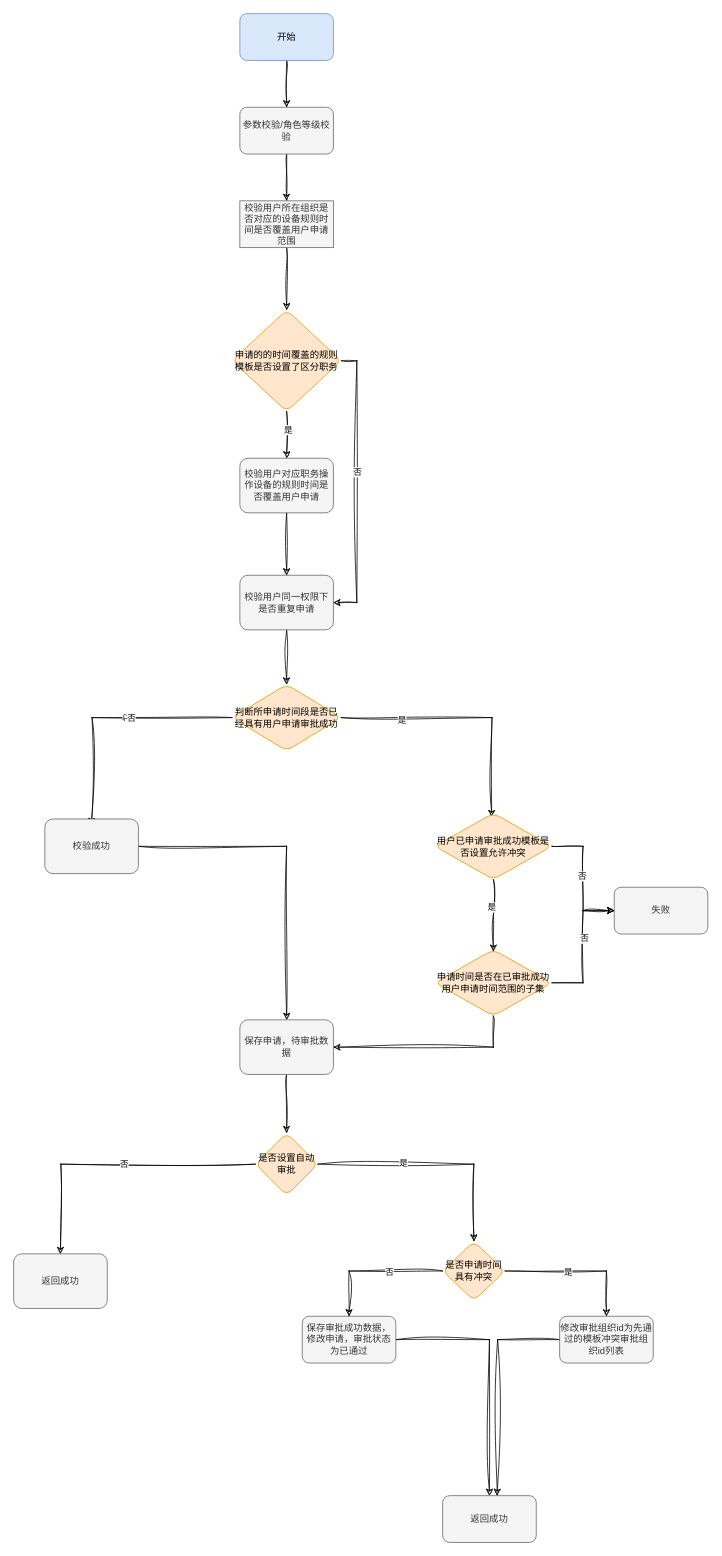
This is 未命名绘图.drawio from yp001001/api-gateway, a draw.io file, before an edit. Source tidied: cells renumbered, new cells numbered last; positions are measured from the earlier drawing's top-left corner, leaving out a move shared by most shapes. Both pictures are drawn from the tidied source at 78%, with x=0, y=0 at pixel (13, 13).
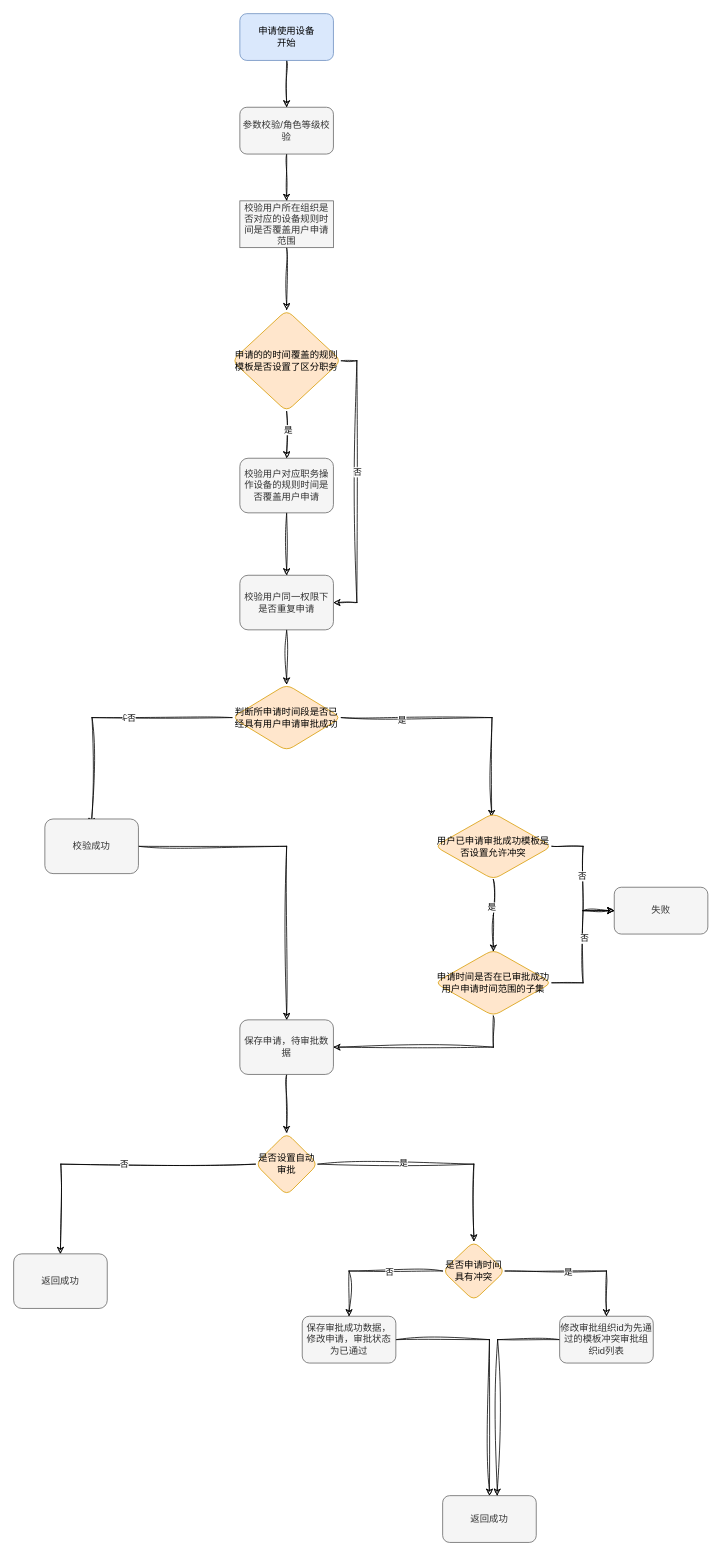
After the change.

Commit message (it also covers changes not shown here):
更新未命名绘图.drawio

The edit, as a diff of the source:
```diff
@@
-    <mxCell id="3" value="开始" style="rounded=1;whiteSpace=wrap;html=1;fillColor=#dae8fc;strokeColor=#6c8ebf;" parent="1" vertex="1">
+    <mxCell id="3" value="&lt;div&gt;申请使用设备&lt;/div&gt;开始" style="rounded=1;whiteSpace=wrap;html=1;fillColor=#dae8fc;strokeColor=#6c8ebf;" parent="1" vertex="1">
       <mxGeometry x="290" width="120" height="60" as="geometry" />
     </mxCell>
```
